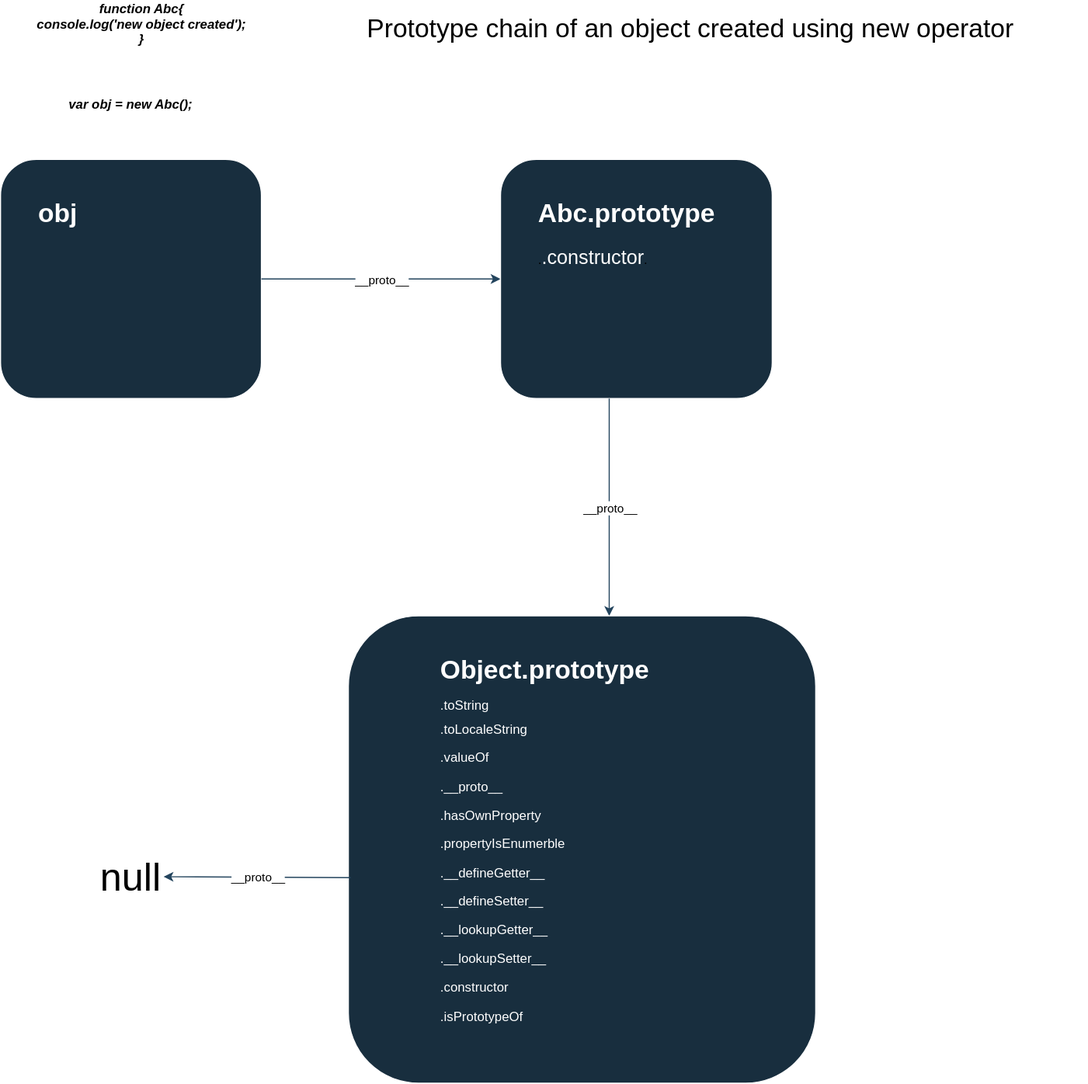
The draw.io diagram prototype-chain-of-object-created-using-new.svg in nishantatgit/some-js-things, before a commit. Source tidied: cells renumbered, new cells last; positions are measured from the earlier drawing's top-left corner, leaving out a move shared by most shapes. Its diagram source:
```xml
<mxGraphModel>
  <root>
    <mxCell id="0" />
    <mxCell id="1" parent="0" />
    <mxCell id="2" value="&lt;div&gt;&lt;i&gt;&lt;b&gt;function Abc{&lt;/b&gt;&lt;/i&gt;&lt;/div&gt;&lt;div&gt;&lt;i&gt;&lt;b&gt;console.log('new object created');&lt;br&gt;&lt;/b&gt;&lt;/i&gt;&lt;/div&gt;&lt;div&gt;&lt;i&gt;&lt;b&gt;} &lt;/b&gt;&lt;/i&gt;&lt;br&gt;&lt;/div&gt;&lt;div&gt;&lt;br&gt;&lt;/div&gt;&lt;div&gt;&lt;br&gt;&lt;/div&gt;" style="text;html=1;strokeColor=none;fillColor=none;align=center;verticalAlign=middle;whiteSpace=wrap;fontColor=#000000;rounded=1;" parent="1" vertex="1">
      <mxGeometry x="30" width="200" height="60" as="geometry" />
    </mxCell>
    <mxCell id="3" value="&lt;i&gt;&lt;b&gt;var obj = new Abc();&lt;/b&gt;&lt;/i&gt;" style="text;html=1;strokeColor=none;fillColor=none;align=center;verticalAlign=middle;whiteSpace=wrap;fontColor=#000000;rounded=1;" parent="1" vertex="1">
      <mxGeometry x="55" y="80" width="130" height="20" as="geometry" />
    </mxCell>
    <mxCell id="4" style="whiteSpace=wrap;html=1;strokeColor=#FFFFFF;fillColor=#182E3E;fontColor=#000000;rounded=1;" parent="1" vertex="1">
      <mxGeometry y="140" width="240" height="220" as="geometry" />
    </mxCell>
    <mxCell id="5" value="&lt;h1&gt;&lt;font color=&quot;#FFFFFF&quot;&gt;obj&lt;/font&gt;&lt;br&gt;&lt;/h1&gt;&lt;p&gt;&lt;font color=&quot;#FFFFFF&quot;&gt;&lt;br&gt;&lt;/font&gt;&lt;/p&gt;" style="text;html=1;strokeColor=none;fillColor=none;spacing=5;spacingTop=-20;whiteSpace=wrap;overflow=hidden;fontColor=#000000;rounded=1;" parent="1" vertex="1">
      <mxGeometry x="30" y="170" width="190" height="120" as="geometry" />
    </mxCell>
    <mxCell id="6" style="endArrow=classic;html=1;strokeColor=#23445D;fontColor=#000000;" parent="1" edge="1">
      <mxGeometry relative="1" as="geometry">
        <mxPoint x="240" y="250" as="sourcePoint" />
        <mxPoint x="460" y="250" as="targetPoint" />
      </mxGeometry>
    </mxCell>
    <mxCell id="7" value="__proto__" style="edgeLabel;html=1;align=center;verticalAlign=middle;rounded=1;" parent="6" vertex="1">
      <mxGeometry relative="1" as="geometry" />
    </mxCell>
    <mxCell id="8" style="whiteSpace=wrap;html=1;strokeColor=#FFFFFF;fillColor=#182E3E;fontColor=#000000;rounded=1;" parent="1" vertex="1">
      <mxGeometry x="460" y="140" width="250" height="220" as="geometry" />
    </mxCell>
    <mxCell id="9" value="&lt;h1&gt;&lt;font color=&quot;#FFFFFF&quot;&gt;Abc.prototype&lt;/font&gt;&lt;br&gt;&lt;/h1&gt;&lt;p&gt;.&lt;font style=&quot;font-size: 18px&quot; color=&quot;#FFFFFF&quot;&gt;.constructor&lt;/font&gt;.&lt;/p&gt;" style="text;html=1;strokeColor=none;fillColor=none;spacing=5;spacingTop=-20;whiteSpace=wrap;overflow=hidden;fontColor=#000000;rounded=1;" parent="1" vertex="1">
      <mxGeometry x="490" y="170" width="190" height="160" as="geometry" />
    </mxCell>
    <mxCell id="10" style="endArrow=classic;html=1;strokeColor=#23445D;fontColor=#000000;" parent="1" edge="1">
      <mxGeometry relative="1" as="geometry">
        <mxPoint x="560" y="360" as="sourcePoint" />
        <mxPoint x="560" y="560" as="targetPoint" />
      </mxGeometry>
    </mxCell>
    <mxCell id="11" value="__proto__" style="edgeLabel;html=1;align=center;verticalAlign=middle;rounded=1;" parent="10" vertex="1">
      <mxGeometry relative="1" as="geometry" />
    </mxCell>
    <mxCell id="12" style="whiteSpace=wrap;html=1;strokeColor=#FFFFFF;fillColor=#182E3E;fontColor=#000000;rounded=1;" parent="1" vertex="1">
      <mxGeometry x="320" y="560" width="430" height="430" as="geometry" />
    </mxCell>
    <mxCell id="13" value="&lt;h1&gt;Object.prototype&lt;br&gt;&lt;/h1&gt;&lt;p style=&quot;line-height: 40%&quot;&gt;.toString&lt;/p&gt;&lt;p&gt;.toLocaleString&lt;/p&gt;&lt;p&gt;.valueOf&lt;/p&gt;&lt;p&gt;.__proto__&lt;/p&gt;&lt;p&gt;.hasOwnProperty&lt;/p&gt;&lt;p&gt;.propertyIsEnumerble&lt;/p&gt;&lt;p&gt;.__defineGetter__&lt;/p&gt;&lt;p&gt;.__defineSetter__&lt;/p&gt;&lt;p&gt;.__lookupGetter__&lt;/p&gt;&lt;p&gt;.__lookupSetter__&lt;/p&gt;&lt;p&gt;.constructor&lt;/p&gt;&lt;p&gt;.isPrototypeOf&lt;br&gt;&lt;/p&gt;&lt;p&gt;&lt;br&gt;&lt;/p&gt;&lt;p&gt;&lt;br&gt;&lt;/p&gt;" style="text;html=1;strokeColor=none;fillColor=none;spacing=5;spacingTop=-20;whiteSpace=wrap;overflow=hidden;fontColor=#FFFFFF;rounded=1;" parent="1" vertex="1">
      <mxGeometry x="400" y="590" width="200" height="380" as="geometry" />
    </mxCell>
    <mxCell id="14" value="&lt;font style=&quot;font-size: 24px&quot;&gt;Prototype chain of an object created using new operator&lt;/font&gt;" style="text;html=1;strokeColor=none;fillColor=none;align=center;verticalAlign=middle;whiteSpace=wrap;rounded=1;" parent="1" vertex="1">
      <mxGeometry x="270" y="10" width="730" height="20" as="geometry" />
    </mxCell>
    <mxCell id="15" style="endArrow=classic;html=1;strokeColor=#23445D;fontColor=#000000;exitX=0.005;exitY=0.56;exitDx=0;exitDy=0;exitPerimeter=0;" parent="1" edge="1" source="12">
      <mxGeometry relative="1" as="geometry">
        <mxPoint x="150" y="800" as="targetPoint" />
      </mxGeometry>
    </mxCell>
    <mxCell id="16" value="__proto__" style="edgeLabel;html=1;align=center;verticalAlign=middle;" parent="15" vertex="1">
      <mxGeometry relative="1" as="geometry" />
    </mxCell>
    <mxCell id="17" value="&lt;font style=&quot;font-size: 36px&quot;&gt;null&lt;/font&gt;" style="text;html=1;strokeColor=none;fillColor=none;align=center;verticalAlign=middle;whiteSpace=wrap;rounded=0;fontColor=#000000;" parent="1" vertex="1">
      <mxGeometry x="100" y="790" width="40" height="20" as="geometry" />
    </mxCell>
  </root>
</mxGraphModel>
```
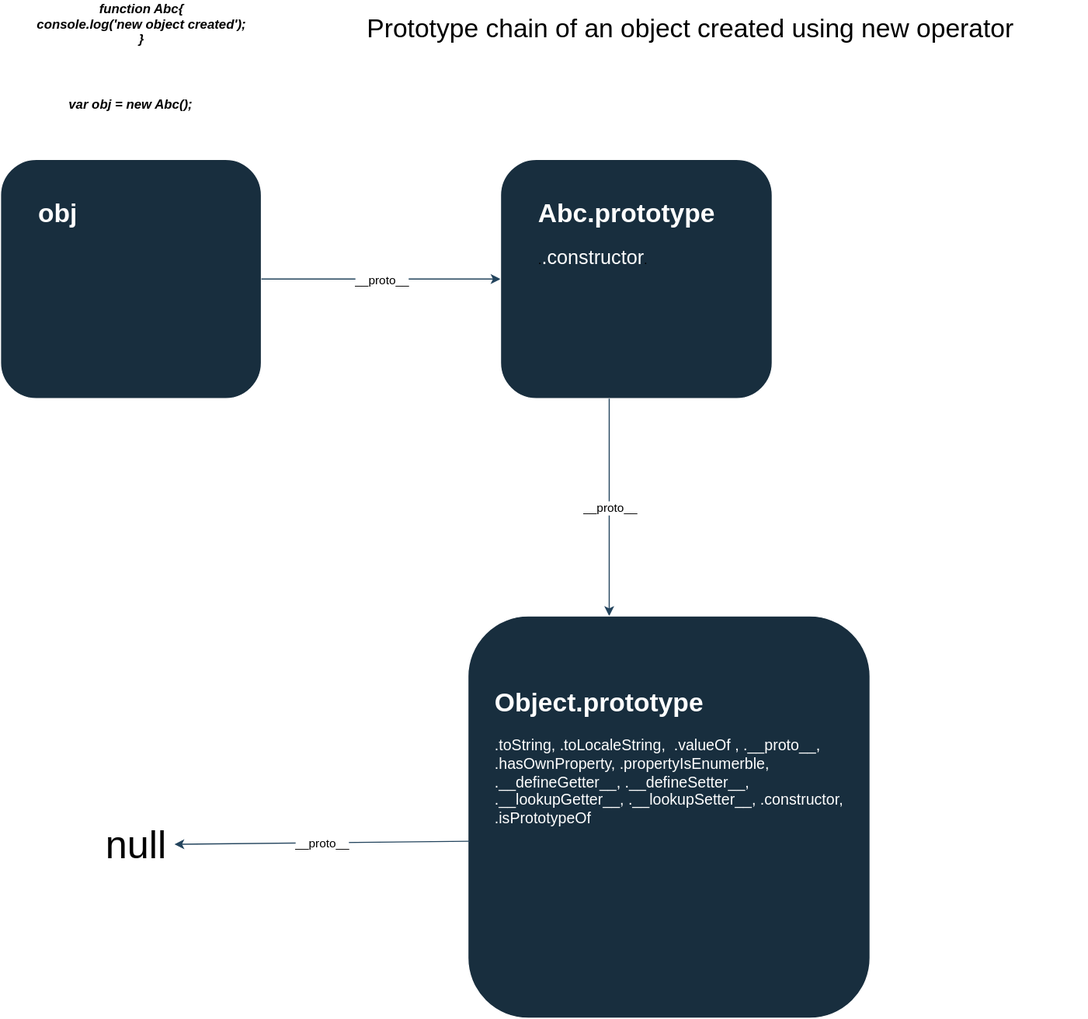
Later version of the same file.

What changed in the source:
```diff
@@ -39,24 +39,24 @@
       <mxGeometry relative="1" as="geometry" />
     </mxCell>
     <mxCell id="12" style="whiteSpace=wrap;html=1;strokeColor=#FFFFFF;fillColor=#182E3E;fontColor=#000000;rounded=1;" parent="1" vertex="1">
-      <mxGeometry x="320" y="560" width="430" height="430" as="geometry" />
+      <mxGeometry x="430" y="560" width="370" height="370" as="geometry" />
     </mxCell>
-    <mxCell id="13" value="&lt;h1&gt;Object.prototype&lt;br&gt;&lt;/h1&gt;&lt;p style=&quot;line-height: 40%&quot;&gt;.toString&lt;/p&gt;&lt;p&gt;.toLocaleString&lt;/p&gt;&lt;p&gt;.valueOf&lt;/p&gt;&lt;p&gt;.__proto__&lt;/p&gt;&lt;p&gt;.hasOwnProperty&lt;/p&gt;&lt;p&gt;.propertyIsEnumerble&lt;/p&gt;&lt;p&gt;.__defineGetter__&lt;/p&gt;&lt;p&gt;.__defineSetter__&lt;/p&gt;&lt;p&gt;.__lookupGetter__&lt;/p&gt;&lt;p&gt;.__lookupSetter__&lt;/p&gt;&lt;p&gt;.constructor&lt;/p&gt;&lt;p&gt;.isPrototypeOf&lt;br&gt;&lt;/p&gt;&lt;p&gt;&lt;br&gt;&lt;/p&gt;&lt;p&gt;&lt;br&gt;&lt;/p&gt;" style="text;html=1;strokeColor=none;fillColor=none;spacing=5;spacingTop=-20;whiteSpace=wrap;overflow=hidden;fontColor=#FFFFFF;rounded=1;" parent="1" vertex="1">
-      <mxGeometry x="400" y="590" width="200" height="380" as="geometry" />
+    <mxCell id="13" value="&lt;h1&gt;Object.prototype&lt;br&gt;&lt;/h1&gt;&lt;p&gt;&lt;font style=&quot;font-size: 14px&quot;&gt;.toString, .toLocaleString,&amp;nbsp; .valueOf , .__proto__, .hasOwnProperty, .propertyIsEnumerble, .__defineGetter__, .__defineSetter__, .__lookupGetter__, .__lookupSetter__, .constructor, .isPrototypeOf&lt;/font&gt;&lt;br&gt;&lt;/p&gt;&lt;p&gt;&lt;br&gt;&lt;/p&gt;&lt;p&gt;&lt;br&gt;&lt;/p&gt;" style="text;html=1;strokeColor=none;fillColor=none;spacing=5;spacingTop=-20;whiteSpace=wrap;overflow=hidden;fontColor=#FFFFFF;rounded=1;" parent="1" vertex="1">
+      <mxGeometry x="450" y="620" width="330" height="220" as="geometry" />
     </mxCell>
     <mxCell id="14" value="&lt;font style=&quot;font-size: 24px&quot;&gt;Prototype chain of an object created using new operator&lt;/font&gt;" style="text;html=1;strokeColor=none;fillColor=none;align=center;verticalAlign=middle;whiteSpace=wrap;rounded=1;" parent="1" vertex="1">
       <mxGeometry x="270" y="10" width="730" height="20" as="geometry" />
     </mxCell>
     <mxCell id="15" style="endArrow=classic;html=1;strokeColor=#23445D;fontColor=#000000;exitX=0.005;exitY=0.56;exitDx=0;exitDy=0;exitPerimeter=0;" parent="1" edge="1" source="12">
       <mxGeometry relative="1" as="geometry">
-        <mxPoint x="150" y="800" as="targetPoint" />
+        <mxPoint x="160" y="770" as="targetPoint" />
       </mxGeometry>
     </mxCell>
     <mxCell id="16" value="__proto__" style="edgeLabel;html=1;align=center;verticalAlign=middle;" parent="15" vertex="1">
       <mxGeometry relative="1" as="geometry" />
     </mxCell>
     <mxCell id="17" value="&lt;font style=&quot;font-size: 36px&quot;&gt;null&lt;/font&gt;" style="text;html=1;strokeColor=none;fillColor=none;align=center;verticalAlign=middle;whiteSpace=wrap;rounded=0;fontColor=#000000;" parent="1" vertex="1">
-      <mxGeometry x="100" y="790" width="40" height="20" as="geometry" />
+      <mxGeometry x="105" y="760" width="40" height="20" as="geometry" />
     </mxCell>
   </root>
 </mxGraphModel>
```
